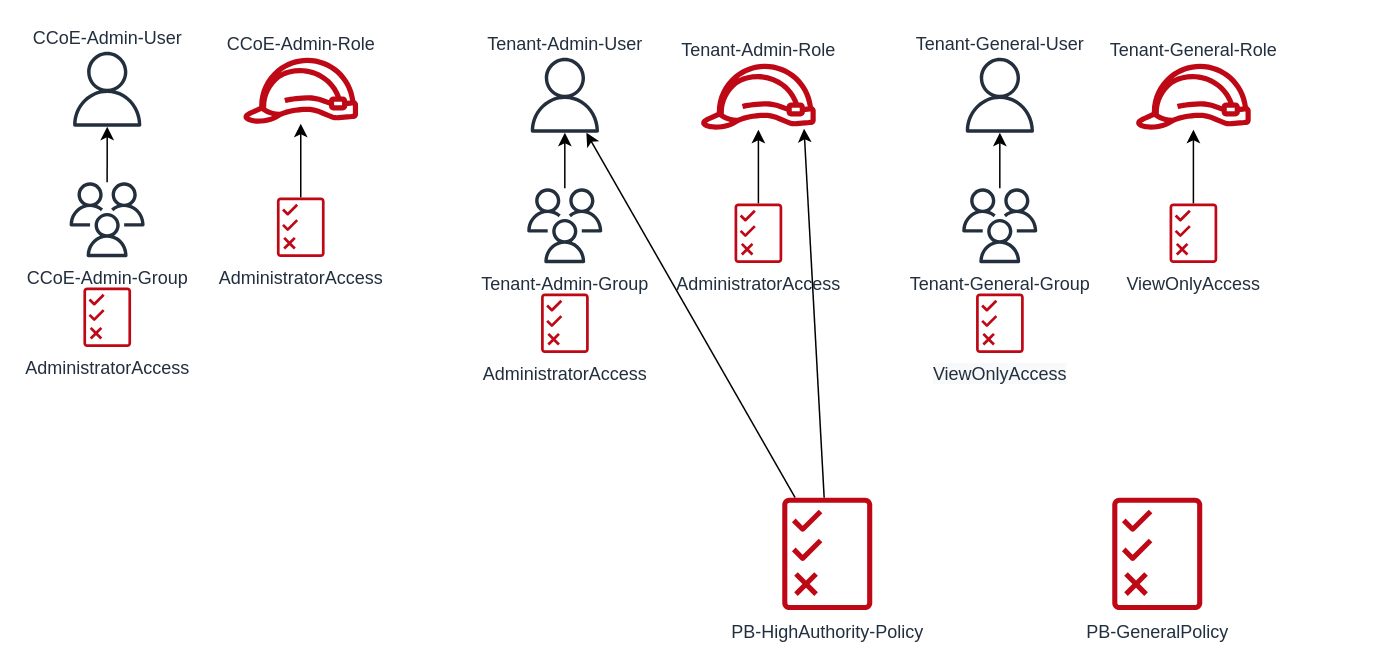
Earlier version of the draw.io diagram Documents/arch.drawio (Noppy/PermissionsBoundary-Sample). Source tidied: cells renumbered, new cells numbered last; positions are measured from the earlier drawing's top-left corner, leaving out a move shared by most shapes. Both pictures are drawn from the tidied source at 150%, with x=0, y=0 at pixel (69, 51).
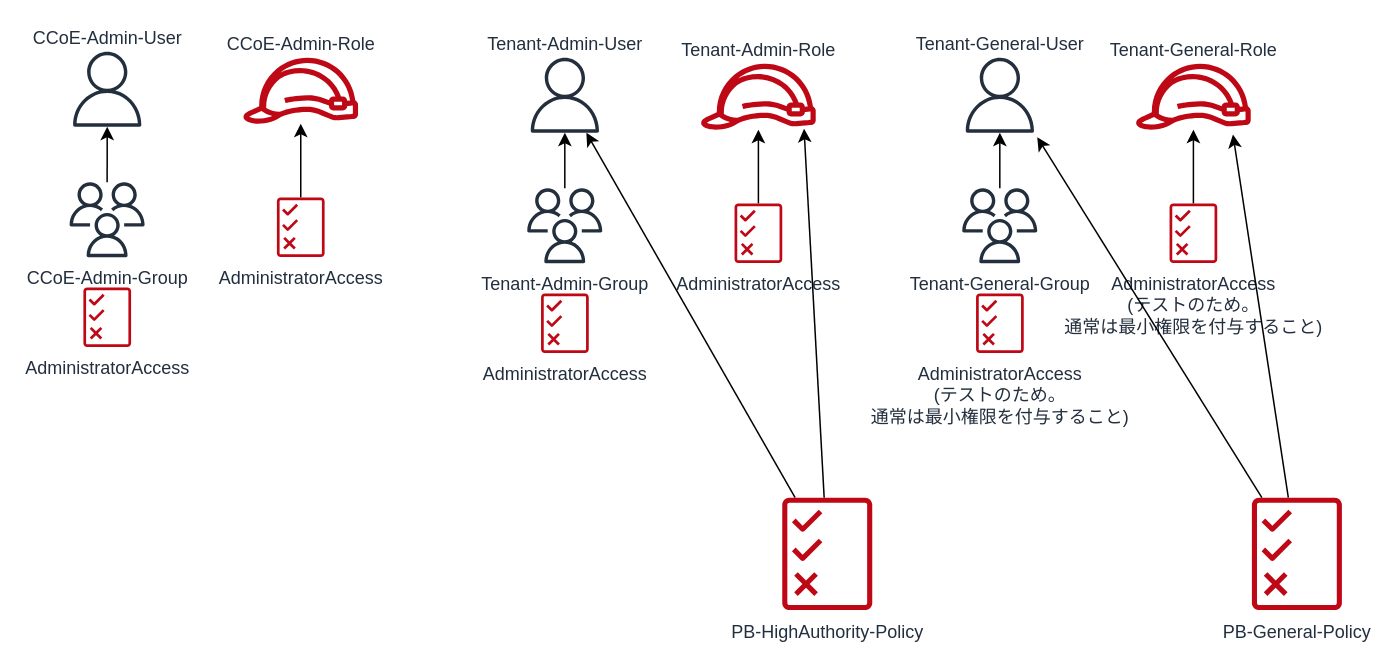
After the change.

The change refers to these unchanged cells:
```xml
<mxCell id="20" value="Tenant-General-Role" style="sketch=0;outlineConnect=0;fontColor=#232F3E;gradientColor=none;fillColor=#BF0816;strokeColor=none;dashed=0;verticalLabelPosition=top;verticalAlign=bottom;align=center;html=1;fontSize=12;fontStyle=0;shape=mxgraph.aws4.role;labelPosition=center;" parent="1" vertex="1">
  <mxGeometry x="710.1" y="8" width="78" height="44" as="geometry" />
</mxCell>
```

Change to the diagram source:
```diff
@@
-    <mxCell id="23" value="&lt;span style=&quot;color: rgb(35, 47, 62); font-family: helvetica; font-size: 12px; font-style: normal; font-weight: 400; letter-spacing: normal; text-align: center; text-indent: 0px; text-transform: none; word-spacing: 0px; background-color: rgb(248, 249, 250); display: inline; float: none;&quot;&gt;ViewOnlyAccess&lt;/span&gt;" style="sketch=0;fontColor=#232F3E;gradientColor=none;fillColor=#BF0816;strokeColor=none;dashed=0;verticalLabelPosition=bottom;verticalAlign=top;align=center;html=1;fontSize=12;fontStyle=0;shape=mxgraph.aws4.permissions;" parent="1" vertex="1">
+    <mxCell id="23" value="AdministratorAccess&lt;br&gt;(テストのため。&lt;br&gt;通常は最小権限を付与すること)" style="sketch=0;fontColor=#232F3E;gradientColor=none;fillColor=#BF0816;strokeColor=none;dashed=0;verticalLabelPosition=bottom;verticalAlign=top;align=center;html=1;fontSize=12;fontStyle=0;shape=mxgraph.aws4.permissions;" parent="1" vertex="1">
       <mxGeometry x="604.2" y="161" width="31.8" height="40" as="geometry" />
     </mxCell>
@@
-    <mxCell id="25" value="ViewOnlyAccess" style="sketch=0;outlineConnect=0;fontColor=#232F3E;gradientColor=none;fillColor=#BF0816;strokeColor=none;dashed=0;verticalLabelPosition=bottom;verticalAlign=top;align=center;html=1;fontSize=12;fontStyle=0;shape=mxgraph.aws4.permissions;" parent="1" vertex="1">
+    <mxCell id="25" value="AdministratorAccess&lt;br&gt;(テストのため。&lt;br&gt;通常は最小権限を付与すること)" style="sketch=0;outlineConnect=0;fontColor=#232F3E;gradientColor=none;fillColor=#BF0816;strokeColor=none;dashed=0;verticalLabelPosition=bottom;verticalAlign=top;align=center;html=1;fontSize=12;fontStyle=0;shape=mxgraph.aws4.permissions;" parent="1" vertex="1">
       <mxGeometry x="733.2" y="101" width="31.8" height="40" as="geometry" />
     </mxCell>
+    <mxCell id="27" style="edgeStyle=none;rounded=0;jettySize=auto;html=1;" parent="1" edge="1" source="26">
+      <mxGeometry relative="1" as="geometry">
+        <mxPoint x="645" y="57" as="targetPoint" />
+      </mxGeometry>
+    </mxCell>
+    <mxCell id="28" style="edgeStyle=none;rounded=0;jettySize=auto;html=1;entryX=0.845;entryY=1.072;entryDx=0;entryDy=0;entryPerimeter=0;" parent="1" edge="1" source="26" target="20">
+      <mxGeometry relative="1" as="geometry" />
+    </mxCell>
-    <mxCell id="26" value="PB-GeneralPolicy" style="sketch=0;outlineConnect=0;fontColor=#232F3E;gradientColor=none;fillColor=#BF0816;strokeColor=none;dashed=0;verticalLabelPosition=bottom;verticalAlign=top;align=center;html=1;fontSize=12;fontStyle=0;shape=mxgraph.aws4.permissions;" parent="1" vertex="1">
-      <mxGeometry x="695" y="297" width="60" height="75.5" as="geometry" />
+    <mxCell id="26" value="PB-General-Policy" style="sketch=0;outlineConnect=0;fontColor=#232F3E;gradientColor=none;fillColor=#BF0816;strokeColor=none;dashed=0;verticalLabelPosition=bottom;verticalAlign=top;align=center;html=1;fontSize=12;fontStyle=0;shape=mxgraph.aws4.permissions;" parent="1" vertex="1">
+      <mxGeometry x="788.1" y="297" width="60" height="75.5" as="geometry" />
     </mxCell>
```
